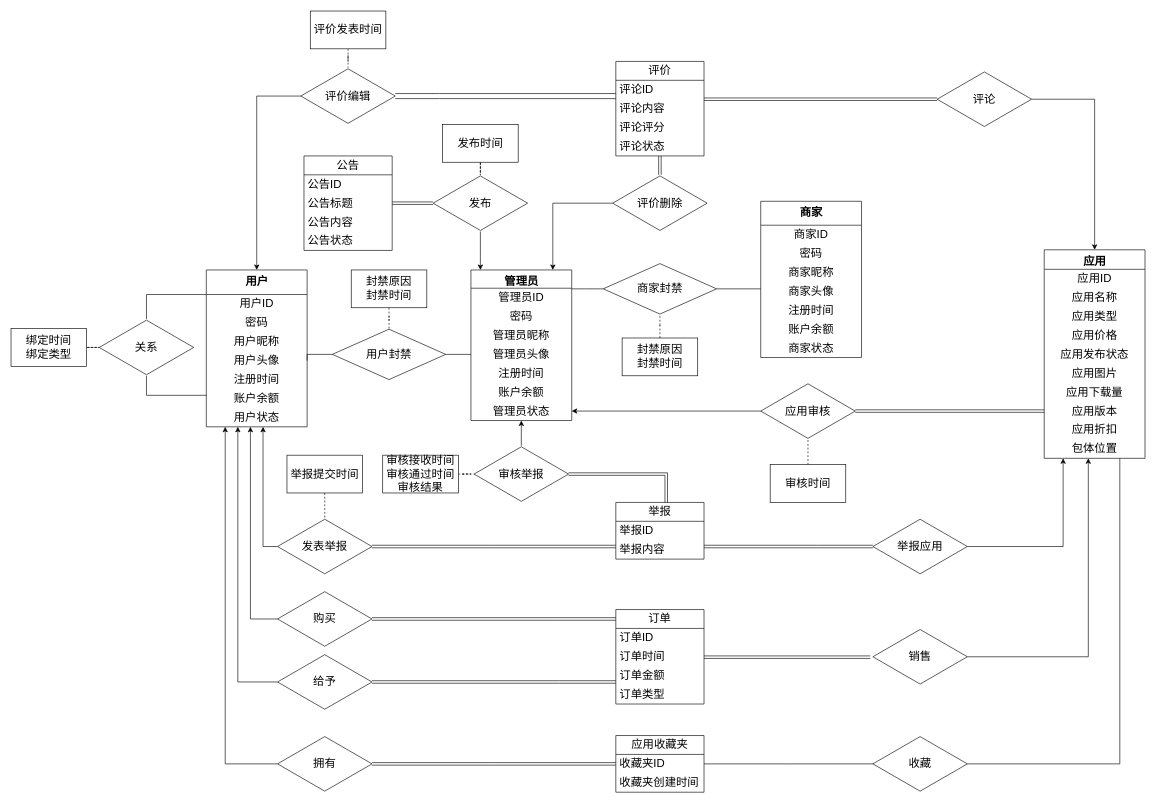
Before: frontend/AppHarbor/总ER图.drawio in PikaChu231121/DB-AppHarbor, a draw.io diagram. Source tidied: cells renumbered, new cells numbered last; positions are measured from the earlier drawing's top-left corner, leaving out a move shared by most shapes. Both pictures are drawn from the tidied source at 63%, with x=0, y=0 at pixel (11, 11).
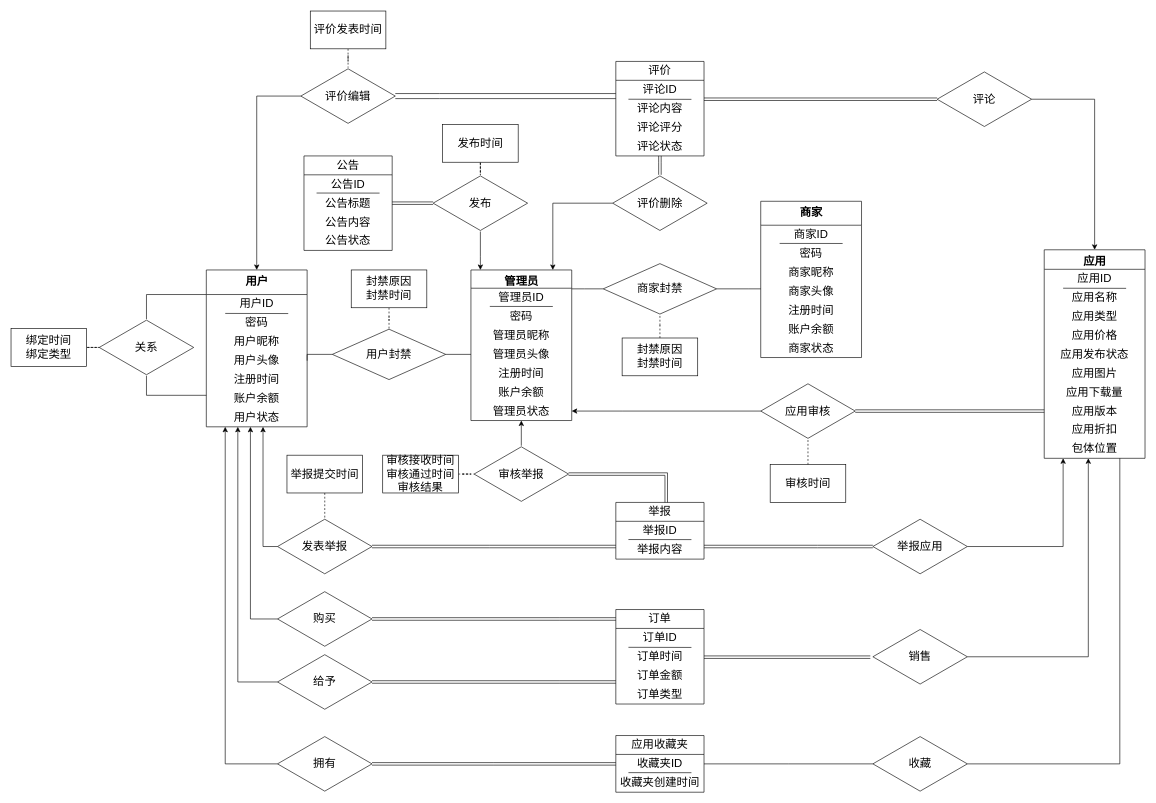
After the change.

Commit message:
添加了主码标识

Unchanged cells that the change refers to:
```xml
<mxCell id="2" value="用户" style="swimlane;html=1;fontStyle=1;align=center;verticalAlign=top;horizontal=1;startSize=39;swimlaneFillColor=#ffffff;rounded=0;shadow=0;comic=0;labelBackgroundColor=none;strokeWidth=1;fillColor=none;fontFamily=Verdana;fontSize=18;" parent="1" vertex="1">
  <mxGeometry x="310" y="411" width="160" height="249" as="geometry" />
</mxCell>
<mxCell id="15" value="应用" style="swimlane;html=1;fontStyle=1;align=center;verticalAlign=top;horizontal=1;startSize=31;swimlaneFillColor=#ffffff;rounded=0;shadow=0;comic=0;labelBackgroundColor=none;strokeWidth=1;fillColor=none;fontFamily=Verdana;fontSize=18;" parent="1" vertex="1">
  <mxGeometry x="1640" y="379" width="160" height="331" as="geometry" />
</mxCell>
<mxCell id="26" value="评价" style="swimlane;fontStyle=0;horizontal=1;startSize=30;whiteSpace=wrap;html=1;fontSize=18;" parent="1" vertex="1">
  <mxGeometry x="960" y="80" width="140" height="150" as="geometry" />
</mxCell>
<mxCell id="39" value="管理员" style="swimlane;html=1;fontStyle=1;align=center;verticalAlign=top;horizontal=1;startSize=29;swimlaneFillColor=#ffffff;rounded=0;shadow=0;comic=0;labelBackgroundColor=none;strokeWidth=1;fillColor=none;fontFamily=Verdana;fontSize=18;" parent="1" vertex="1">
  <mxGeometry x="730" y="411" width="160" height="239" as="geometry" />
</mxCell>
<mxCell id="51" value="公告" style="swimlane;fontStyle=0;horizontal=1;startSize=30;whiteSpace=wrap;html=1;fontSize=18;" parent="1" vertex="1">
  <mxGeometry x="465" y="230" width="140" height="150" as="geometry" />
</mxCell>
<mxCell id="66" value="举报" style="swimlane;fontStyle=0;horizontal=1;startSize=30;whiteSpace=wrap;html=1;fontSize=18;" parent="1" vertex="1">
  <mxGeometry x="960" y="780" width="140" height="90" as="geometry" />
</mxCell>
<mxCell id="82" value="订单" style="swimlane;fontStyle=0;horizontal=1;startSize=30;whiteSpace=wrap;html=1;fontSize=18;" parent="1" vertex="1">
  <mxGeometry x="960" y="950" width="140" height="150" as="geometry" />
</mxCell>
<mxCell id="96" value="应用收藏夹" style="swimlane;fontStyle=0;horizontal=1;startSize=30;whiteSpace=wrap;html=1;fontFamily=Helvetica;fontSize=18;fontColor=default;labelBackgroundColor=default;" parent="1" vertex="1">
  <mxGeometry x="960" y="1150" width="140" height="90" as="geometry" />
</mxCell>
<mxCell id="105" value="商家" style="swimlane;html=1;fontStyle=1;align=center;verticalAlign=top;horizontal=1;startSize=38;swimlaneFillColor=#ffffff;rounded=0;shadow=0;comic=0;labelBackgroundColor=none;strokeWidth=1;fillColor=none;fontFamily=Verdana;fontSize=18;" parent="1" vertex="1">
  <mxGeometry x="1190" y="302" width="160" height="248" as="geometry" />
</mxCell>
```

Change to the diagram source:
```diff
@@
+    <mxCell id="122" style="endArrow=none;html=1;rounded=0;" parent="2" edge="1">
+      <mxGeometry relative="1" as="geometry">
+        <mxPoint x="30" y="69" as="sourcePoint" />
+        <mxPoint x="130" y="69.2" as="targetPoint" />
+      </mxGeometry>
+    </mxCell>
@@
+    <mxCell id="123" style="endArrow=none;html=1;rounded=0;" parent="15" edge="1">
+      <mxGeometry relative="1" as="geometry">
+        <mxPoint x="30" y="61" as="sourcePoint" />
+        <mxPoint x="130" y="61.2" as="targetPoint" />
+      </mxGeometry>
+    </mxCell>
@@
-    <mxCell id="27" value="评论ID" style="text;strokeColor=none;fillColor=none;align=left;verticalAlign=middle;spacingLeft=4;spacingRight=4;overflow=hidden;whiteSpace=wrap;html=1;fontSize=18;" parent="26" vertex="1">
+    <mxCell id="27" value="评论ID" style="text;strokeColor=none;fillColor=none;align=center;verticalAlign=middle;spacingLeft=4;spacingRight=4;overflow=hidden;whiteSpace=wrap;html=1;fontSize=18;" parent="26" vertex="1">
       <mxGeometry y="30" width="140" height="30" as="geometry" />
     </mxCell>
+    <mxCell id="124" style="endArrow=none;html=1;rounded=0;" parent="26" edge="1">
+      <mxGeometry relative="1" as="geometry">
+        <mxPoint x="20" y="60" as="sourcePoint" />
+        <mxPoint x="120" y="60.2" as="targetPoint" />
+      </mxGeometry>
+    </mxCell>
-    <mxCell id="28" value="评论内容" style="text;strokeColor=none;fillColor=none;align=left;verticalAlign=middle;spacingLeft=4;spacingRight=4;overflow=hidden;whiteSpace=wrap;html=1;fontSize=18;" parent="26" vertex="1">
+    <mxCell id="28" value="评论内容" style="text;strokeColor=none;fillColor=none;align=center;verticalAlign=middle;spacingLeft=4;spacingRight=4;overflow=hidden;whiteSpace=wrap;html=1;fontSize=18;" parent="26" vertex="1">
       <mxGeometry y="60" width="140" height="30" as="geometry" />
     </mxCell>
-    <mxCell id="29" value="评论评分" style="text;strokeColor=none;fillColor=none;align=left;verticalAlign=middle;spacingLeft=4;spacingRight=4;overflow=hidden;whiteSpace=wrap;html=1;fontSize=18;" parent="26" vertex="1">
+    <mxCell id="29" value="评论评分" style="text;strokeColor=none;fillColor=none;align=center;verticalAlign=middle;spacingLeft=4;spacingRight=4;overflow=hidden;whiteSpace=wrap;html=1;fontSize=18;" parent="26" vertex="1">
       <mxGeometry y="90" width="140" height="30" as="geometry" />
     </mxCell>
-    <mxCell id="30" value="评论状态" style="text;strokeColor=none;fillColor=none;align=left;verticalAlign=middle;spacingLeft=4;spacingRight=4;overflow=hidden;whiteSpace=wrap;html=1;fontSize=18;" parent="26" vertex="1">
+    <mxCell id="30" value="评论状态" style="text;strokeColor=none;fillColor=none;align=center;verticalAlign=middle;spacingLeft=4;spacingRight=4;overflow=hidden;whiteSpace=wrap;html=1;fontSize=18;" parent="26" vertex="1">
       <mxGeometry y="120" width="140" height="30" as="geometry" />
     </mxCell>
@@
+    <mxCell id="125" style="endArrow=none;html=1;rounded=0;" parent="39" edge="1">
+      <mxGeometry relative="1" as="geometry">
+        <mxPoint x="30" y="57.9" as="sourcePoint" />
+        <mxPoint x="130" y="58" as="targetPoint" />
+      </mxGeometry>
+    </mxCell>
@@
-    <mxCell id="52" value="公告ID" style="text;strokeColor=none;fillColor=none;align=left;verticalAlign=middle;spacingLeft=4;spacingRight=4;overflow=hidden;whiteSpace=wrap;html=1;fontSize=18;" parent="51" vertex="1">
+    <mxCell id="52" value="公告ID" style="text;strokeColor=none;fillColor=none;align=center;verticalAlign=middle;spacingLeft=4;spacingRight=4;overflow=hidden;whiteSpace=wrap;html=1;fontSize=18;" parent="51" vertex="1">
       <mxGeometry y="30" width="140" height="30" as="geometry" />
     </mxCell>
+    <mxCell id="126" style="endArrow=none;html=1;rounded=0;" parent="51" edge="1">
+      <mxGeometry relative="1" as="geometry">
+        <mxPoint x="20" y="58.9" as="sourcePoint" />
+        <mxPoint x="120" y="59" as="targetPoint" />
+      </mxGeometry>
+    </mxCell>
-    <mxCell id="53" value="公告标题" style="text;strokeColor=none;fillColor=none;align=left;verticalAlign=middle;spacingLeft=4;spacingRight=4;overflow=hidden;whiteSpace=wrap;html=1;fontSize=18;" parent="51" vertex="1">
+    <mxCell id="53" value="公告标题" style="text;strokeColor=none;fillColor=none;align=center;verticalAlign=middle;spacingLeft=4;spacingRight=4;overflow=hidden;whiteSpace=wrap;html=1;fontSize=18;" parent="51" vertex="1">
       <mxGeometry y="60" width="140" height="30" as="geometry" />
     </mxCell>
-    <mxCell id="54" value="公告内容" style="text;strokeColor=none;fillColor=none;align=left;verticalAlign=middle;spacingLeft=4;spacingRight=4;overflow=hidden;whiteSpace=wrap;html=1;fontSize=18;" parent="51" vertex="1">
+    <mxCell id="54" value="公告内容" style="text;strokeColor=none;fillColor=none;align=center;verticalAlign=middle;spacingLeft=4;spacingRight=4;overflow=hidden;whiteSpace=wrap;html=1;fontSize=18;" parent="51" vertex="1">
       <mxGeometry y="90" width="140" height="30" as="geometry" />
     </mxCell>
-    <mxCell id="55" value="公告状态" style="text;strokeColor=none;fillColor=none;align=left;verticalAlign=middle;spacingLeft=4;spacingRight=4;overflow=hidden;whiteSpace=wrap;html=1;fontSize=18;" parent="51" vertex="1">
+    <mxCell id="55" value="公告状态" style="text;strokeColor=none;fillColor=none;align=center;verticalAlign=middle;spacingLeft=4;spacingRight=4;overflow=hidden;whiteSpace=wrap;html=1;fontSize=18;" parent="51" vertex="1">
       <mxGeometry y="120" width="140" height="30" as="geometry" />
     </mxCell>
@@
-    <mxCell id="67" value="举报ID" style="text;strokeColor=none;fillColor=none;align=left;verticalAlign=middle;spacingLeft=4;spacingRight=4;overflow=hidden;whiteSpace=wrap;html=1;fontSize=18;" parent="66" vertex="1">
+    <mxCell id="67" value="举报ID" style="text;strokeColor=none;fillColor=none;align=center;verticalAlign=middle;spacingLeft=4;spacingRight=4;overflow=hidden;whiteSpace=wrap;html=1;fontSize=18;" parent="66" vertex="1">
       <mxGeometry y="30" width="140" height="30" as="geometry" />
     </mxCell>
+    <mxCell id="127" style="endArrow=none;html=1;rounded=0;" parent="66" edge="1">
+      <mxGeometry relative="1" as="geometry">
+        <mxPoint x="20" y="58.9" as="sourcePoint" />
+        <mxPoint x="120" y="59" as="targetPoint" />
+      </mxGeometry>
+    </mxCell>
-    <mxCell id="68" value="举报内容" style="text;strokeColor=none;fillColor=none;align=left;verticalAlign=middle;spacingLeft=4;spacingRight=4;overflow=hidden;whiteSpace=wrap;html=1;fontSize=18;" parent="66" vertex="1">
+    <mxCell id="68" value="举报内容" style="text;strokeColor=none;fillColor=none;align=center;verticalAlign=middle;spacingLeft=4;spacingRight=4;overflow=hidden;whiteSpace=wrap;html=1;fontSize=18;" parent="66" vertex="1">
       <mxGeometry y="60" width="140" height="30" as="geometry" />
     </mxCell>
@@
-    <mxCell id="83" value="订单ID" style="text;strokeColor=none;fillColor=none;align=left;verticalAlign=middle;spacingLeft=4;spacingRight=4;overflow=hidden;whiteSpace=wrap;html=1;fontSize=18;" parent="82" vertex="1">
+    <mxCell id="83" value="订单ID" style="text;strokeColor=none;fillColor=none;align=center;verticalAlign=middle;spacingLeft=4;spacingRight=4;overflow=hidden;whiteSpace=wrap;html=1;fontSize=18;" parent="82" vertex="1">
       <mxGeometry y="30" width="140" height="30" as="geometry" />
     </mxCell>
+    <mxCell id="128" style="endArrow=none;html=1;rounded=0;" parent="82" edge="1">
+      <mxGeometry relative="1" as="geometry">
+        <mxPoint x="20" y="60" as="sourcePoint" />
+        <mxPoint x="120" y="60.2" as="targetPoint" />
+      </mxGeometry>
+    </mxCell>
-    <mxCell id="84" value="订单时间" style="text;strokeColor=none;fillColor=none;align=left;verticalAlign=middle;spacingLeft=4;spacingRight=4;overflow=hidden;whiteSpace=wrap;html=1;fontSize=18;" parent="82" vertex="1">
+    <mxCell id="84" value="订单时间" style="text;strokeColor=none;fillColor=none;align=center;verticalAlign=middle;spacingLeft=4;spacingRight=4;overflow=hidden;whiteSpace=wrap;html=1;fontSize=18;" parent="82" vertex="1">
       <mxGeometry y="60" width="140" height="30" as="geometry" />
     </mxCell>
-    <mxCell id="85" value="订单金额" style="text;strokeColor=none;fillColor=none;align=left;verticalAlign=middle;spacingLeft=4;spacingRight=4;overflow=hidden;whiteSpace=wrap;html=1;fontSize=18;" parent="82" vertex="1">
+    <mxCell id="85" value="订单金额" style="text;strokeColor=none;fillColor=none;align=center;verticalAlign=middle;spacingLeft=4;spacingRight=4;overflow=hidden;whiteSpace=wrap;html=1;fontSize=18;" parent="82" vertex="1">
       <mxGeometry y="90" width="140" height="30" as="geometry" />
     </mxCell>
-    <mxCell id="86" value="订单类型" style="text;strokeColor=none;fillColor=none;align=left;verticalAlign=middle;spacingLeft=4;spacingRight=4;overflow=hidden;whiteSpace=wrap;html=1;fontSize=18;" parent="82" vertex="1">
+    <mxCell id="86" value="订单类型" style="text;strokeColor=none;fillColor=none;align=center;verticalAlign=middle;spacingLeft=4;spacingRight=4;overflow=hidden;whiteSpace=wrap;html=1;fontSize=18;" parent="82" vertex="1">
       <mxGeometry y="120" width="140" height="30" as="geometry" />
     </mxCell>
@@
-    <mxCell id="97" value="收藏夹ID" style="text;strokeColor=none;fillColor=none;align=left;verticalAlign=middle;spacingLeft=4;spacingRight=4;overflow=hidden;whiteSpace=wrap;html=1;fontFamily=Helvetica;fontSize=18;fontColor=default;labelBackgroundColor=default;" parent="96" vertex="1">
+    <mxCell id="97" value="收藏夹ID" style="text;strokeColor=none;fillColor=none;align=center;verticalAlign=middle;spacingLeft=4;spacingRight=4;overflow=hidden;whiteSpace=wrap;html=1;fontFamily=Helvetica;fontSize=18;fontColor=default;labelBackgroundColor=default;" parent="96" vertex="1">
       <mxGeometry y="30" width="140" height="30" as="geometry" />
     </mxCell>
+    <mxCell id="129" style="endArrow=none;html=1;rounded=0;" parent="96" edge="1">
+      <mxGeometry relative="1" as="geometry">
+        <mxPoint x="20" y="58.9" as="sourcePoint" />
+        <mxPoint x="120" y="59" as="targetPoint" />
+      </mxGeometry>
+    </mxCell>
-    <mxCell id="98" value="收藏夹创建时间" style="text;strokeColor=none;fillColor=none;align=left;verticalAlign=middle;spacingLeft=4;spacingRight=4;overflow=hidden;whiteSpace=wrap;html=1;fontFamily=Helvetica;fontSize=18;fontColor=default;labelBackgroundColor=default;" parent="96" vertex="1">
+    <mxCell id="98" value="收藏夹创建时间" style="text;strokeColor=none;fillColor=none;align=center;verticalAlign=middle;spacingLeft=4;spacingRight=4;overflow=hidden;whiteSpace=wrap;html=1;fontFamily=Helvetica;fontSize=18;fontColor=default;labelBackgroundColor=default;" parent="96" vertex="1">
       <mxGeometry y="60" width="140" height="30" as="geometry" />
     </mxCell>
@@
+    <mxCell id="130" style="endArrow=none;html=1;rounded=0;" parent="105" edge="1">
+      <mxGeometry relative="1" as="geometry">
+        <mxPoint x="30" y="66.9" as="sourcePoint" />
+        <mxPoint x="130" y="67" as="targetPoint" />
+      </mxGeometry>
+    </mxCell>
```
